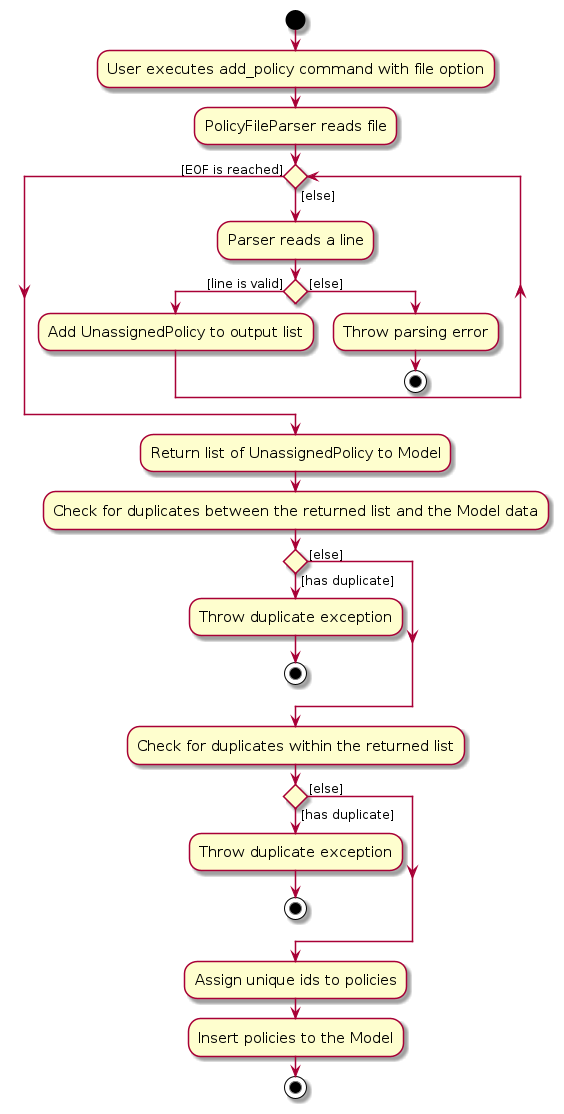
Before: diagrams/AddPolicyFileActivityDiagram.png, a diagram exported from PlantUML (AY2526S1-CS2103T-T15-2/tp). Its source is kept beside it as diagrams/AddPolicyFileActivityDiagram.puml.
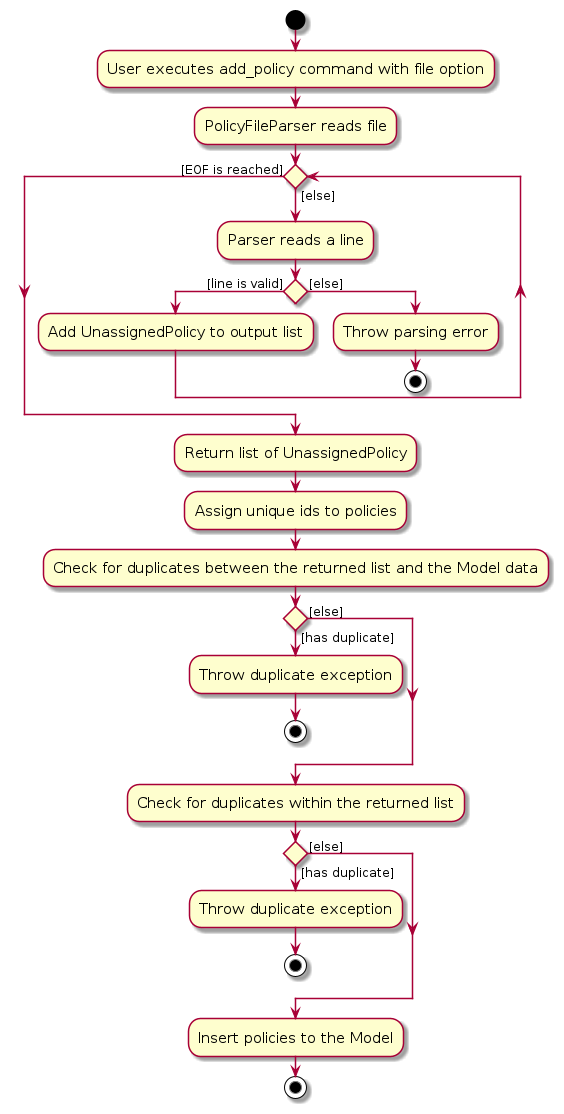
The same diagram one commit later.

The edit, as a diff of the source:
```diff
@@ -17,7 +17,8 @@
     endif
 endwhile ([EOF is reached])
 
-:Return list of UnassignedPolicy to Model;
+:Return list of UnassignedPolicy;
+:Assign unique ids to policies;
 :Check for duplicates between the returned list and the Model data;
 if () then ([has duplicate])
     :Throw duplicate exception;
@@ -30,7 +31,6 @@
     stop
 else ([else])
 endif
-:Assign unique ids to policies;
 :Insert policies to the Model;
 
 stop
```
